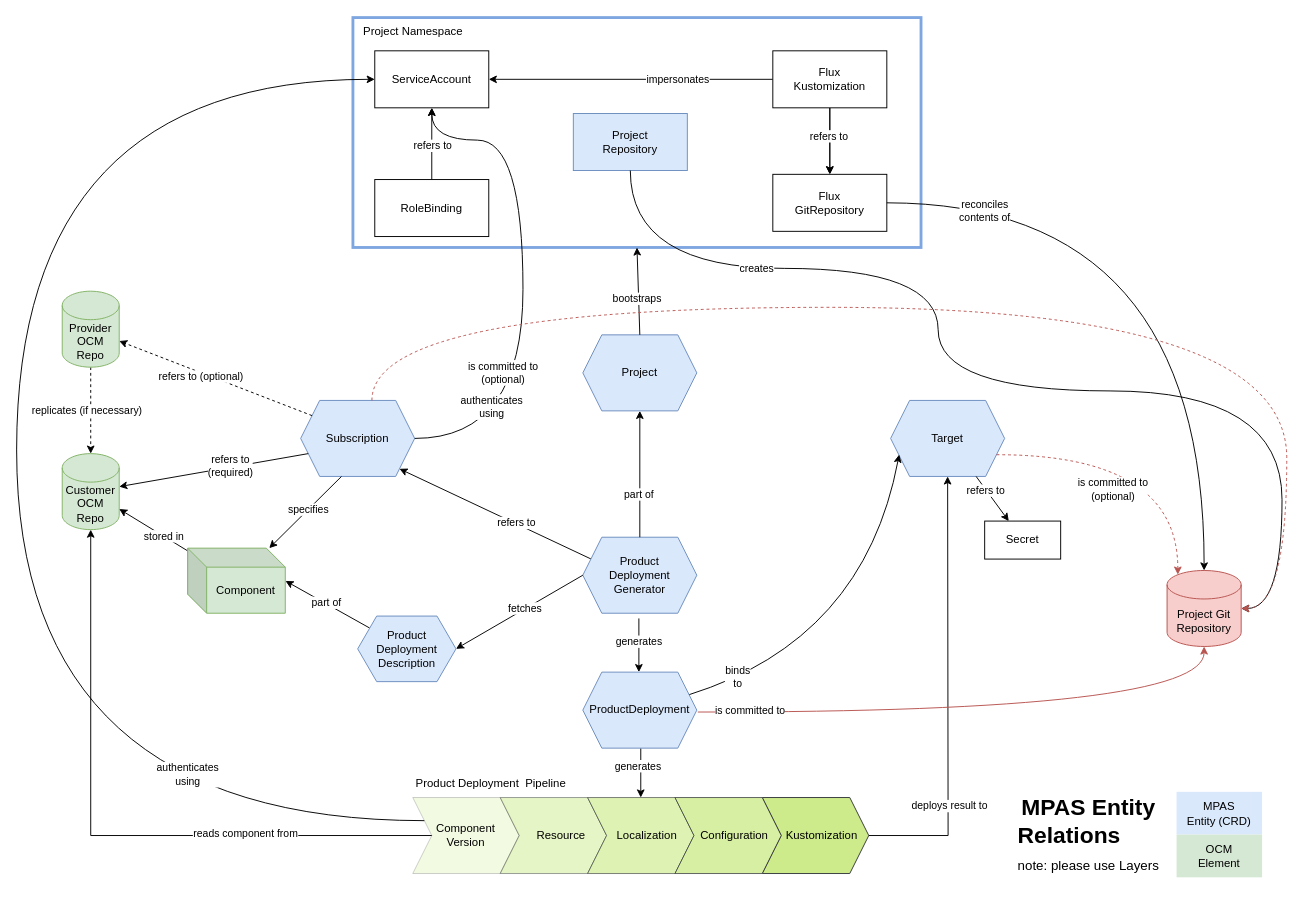
Earlier version of the draw.io diagram page "Resource Model" (5 of 8) of docs/concepts/diagrams/mpas_architecture.drawio (open-component-model/MPAS). Source tidied: cells renumbered, new cells numbered last; positions are measured from the earlier drawing's top-left corner, leaving out a move shared by most shapes. Both pictures are drawn from the tidied source at 95%, with x=0, y=0 at pixel (16, 17).
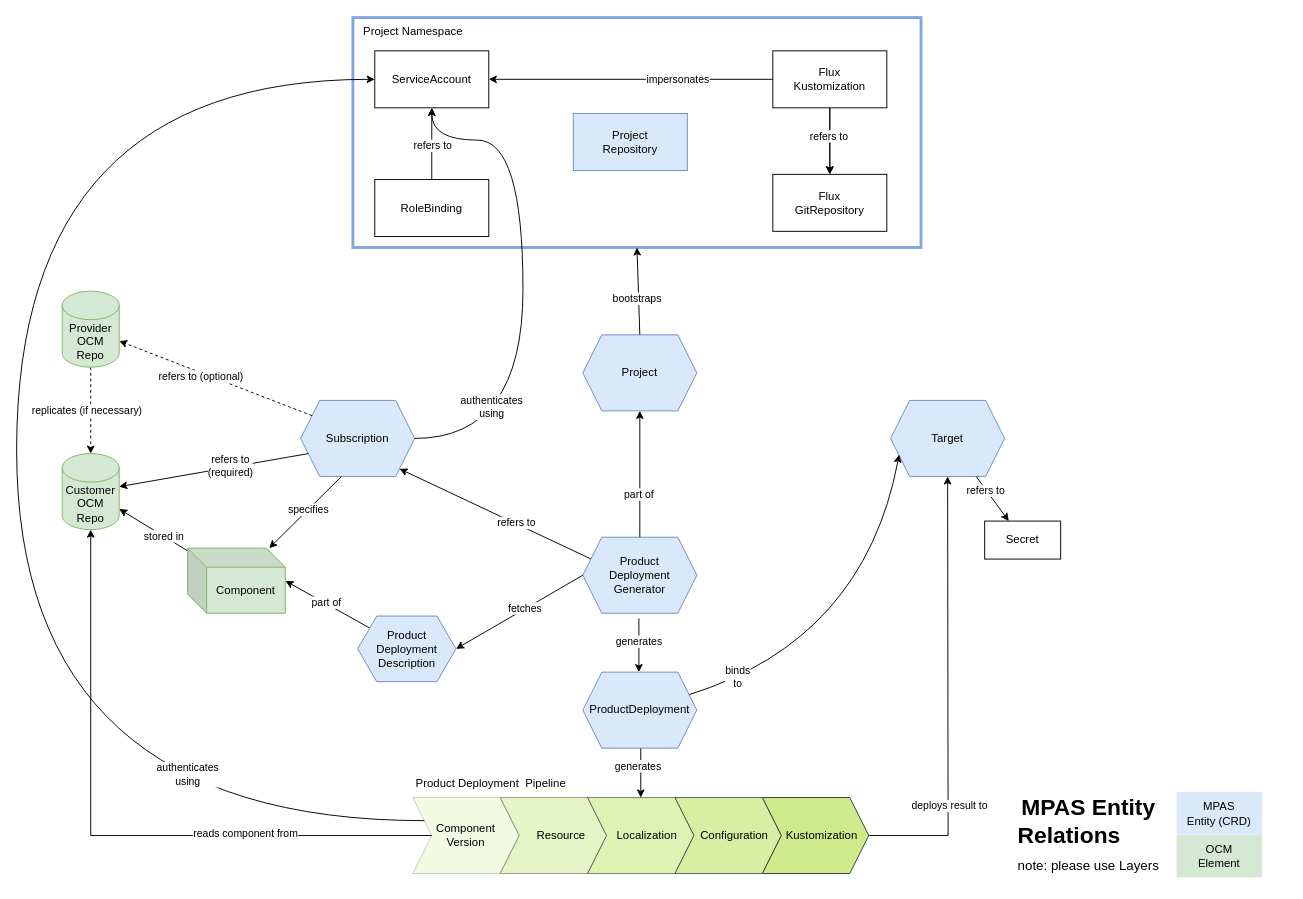
The same diagram, later.

The change refers to these unchanged cells:
```xml
<mxCell id="5" value="Target" style="shape=hexagon;perimeter=hexagonPerimeter2;whiteSpace=wrap;html=1;fixedSize=1;fillColor=#dae8fc;strokeColor=#6c8ebf;" parent="2" vertex="1">
  <mxGeometry x="920" y="403" width="120" height="80" as="geometry" />
</mxCell>
<mxCell id="64" value="Flux&lt;br&gt;GitRepository" style="rounded=0;whiteSpace=wrap;html=1;" parent="58" vertex="1">
  <mxGeometry x="431" y="165" width="120" height="60" as="geometry" />
</mxCell>
<mxCell id="70" value="Project&lt;br&gt;Repository" style="rounded=0;whiteSpace=wrap;html=1;fillColor=#dae8fc;strokeColor=#6c8ebf;" parent="58" vertex="1">
  <mxGeometry x="221" y="101" width="120" height="60" as="geometry" />
</mxCell>
```

What changed in the source:
```diff
@@
-    <mxCell id="78" parent="0" />
-    <mxCell id="79" style="edgeStyle=orthogonalEdgeStyle;curved=1;rounded=0;jettySize=auto;html=1;fillColor=#f8cecc;strokeColor=#b85450;" parent="78" edge="1" target="81">
-      <mxGeometry relative="1" as="geometry">
-        <mxPoint x="717" y="731" as="sourcePoint" />
-      </mxGeometry>
-    </mxCell>
-    <mxCell id="80" value="is committed to" style="edgeLabel;html=1;align=center;verticalAlign=middle;" parent="79" vertex="1">
-      <mxGeometry x="-0.86" y="-1" relative="1" as="geometry">
-        <mxPoint x="13" y="-3" as="offset" />
-      </mxGeometry>
-    </mxCell>
-    <mxCell id="81" value="Project Git&lt;br&gt;Repository" style="shape=cylinder3;whiteSpace=wrap;html=1;boundedLbl=1;backgroundOutline=1;size=15;fillColor=#f8cecc;strokeColor=#b85450;" parent="78" vertex="1">
-      <mxGeometry x="1211" y="582" width="78" height="80" as="geometry" />
-    </mxCell>
-    <mxCell id="82" style="rounded=0;jettySize=auto;html=1;edgeStyle=orthogonalEdgeStyle;curved=1;" parent="78" edge="1" source="70" target="81">
-      <mxGeometry relative="1" as="geometry">
-        <Array as="points">
-          <mxPoint x="646" y="264" />
-          <mxPoint x="970" y="264" />
-          <mxPoint x="970" y="393" />
-          <mxPoint x="1332" y="393" />
-          <mxPoint x="1332" y="622" />
-        </Array>
-      </mxGeometry>
-    </mxCell>
-    <mxCell id="83" value="creates" style="edgeLabel;html=1;align=center;verticalAlign=middle;" parent="82" vertex="1">
-      <mxGeometry x="-0.25" y="38" relative="1" as="geometry">
-        <mxPoint x="-230" y="-20" as="offset" />
-      </mxGeometry>
-    </mxCell>
-    <mxCell id="84" style="edgeStyle=orthogonalEdgeStyle;rounded=0;jettySize=auto;html=1;curved=1;" parent="78" edge="1" source="64" target="81">
-      <mxGeometry relative="1" as="geometry" />
-    </mxCell>
-    <mxCell id="85" value="reconciles&lt;br&gt;contents of" style="edgeLabel;html=1;align=center;verticalAlign=middle;" parent="84" vertex="1">
-      <mxGeometry x="0.13" relative="1" as="geometry">
-        <mxPoint x="-232" y="-65" as="offset" />
-      </mxGeometry>
-    </mxCell>
-    <mxCell id="86" style="edgeStyle=orthogonalEdgeStyle;curved=1;rounded=0;jettySize=auto;html=1;dashed=1;exitX=0.625;exitY=0;exitDx=0;exitDy=0;entryX=1;entryY=0.5;entryDx=0;entryDy=0;entryPerimeter=0;fillColor=#f8cecc;strokeColor=#b85450;" parent="78" edge="1" target="81">
-      <mxGeometry relative="1" as="geometry">
-        <mxPoint x="374" y="403" as="sourcePoint" />
-        <Array as="points">
-          <mxPoint x="374" y="305" />
-          <mxPoint x="1337" y="305" />
-          <mxPoint x="1337" y="622" />
-        </Array>
-      </mxGeometry>
-    </mxCell>
-    <mxCell id="87" value="is committed to&lt;br style=&quot;border-color: var(--border-color);&quot;&gt;(optional)" style="edgeLabel;html=1;align=center;verticalAlign=middle;" parent="86" vertex="1">
-      <mxGeometry x="-0.25" y="-19" relative="1" as="geometry">
-        <mxPoint x="-300" y="49" as="offset" />
-      </mxGeometry>
-    </mxCell>
-    <mxCell id="88" style="edgeStyle=orthogonalEdgeStyle;rounded=0;jettySize=auto;html=1;fillColor=#f8cecc;strokeColor=#b85450;dashed=1;curved=1;exitX=1;exitY=0.75;exitDx=0;exitDy=0;entryX=0.145;entryY=0;entryDx=0;entryDy=4.35;entryPerimeter=0;" parent="78" edge="1" source="5" target="81">
-      <mxGeometry relative="1" as="geometry" />
-    </mxCell>
-    <mxCell id="89" value="is committed to&lt;br&gt;(optional)" style="edgeLabel;html=1;align=center;verticalAlign=middle;" parent="88" vertex="1">
-      <mxGeometry x="-0.27" y="-22" relative="1" as="geometry">
-        <mxPoint x="6" y="14" as="offset" />
-      </mxGeometry>
-    </mxCell>
```
